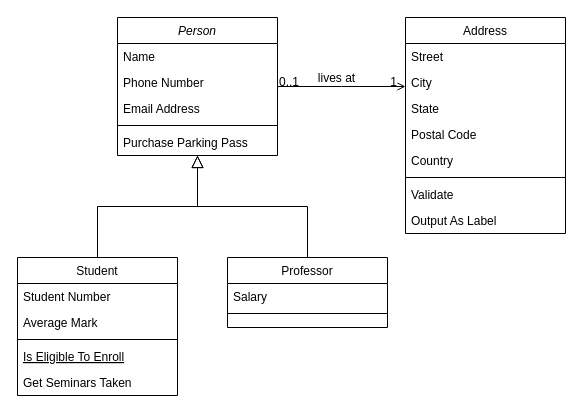
Above: src/main/Untitled Diagram.drawio in johnreyes96/design-patterns (draw.io), before the change. Source tidied: cells renumbered, new cells numbered last; positions are measured from the earlier drawing's top-left corner, leaving out a move shared by most shapes. Both pictures are drawn from the tidied source at 100%, with x=0, y=0 at pixel (17, 17).
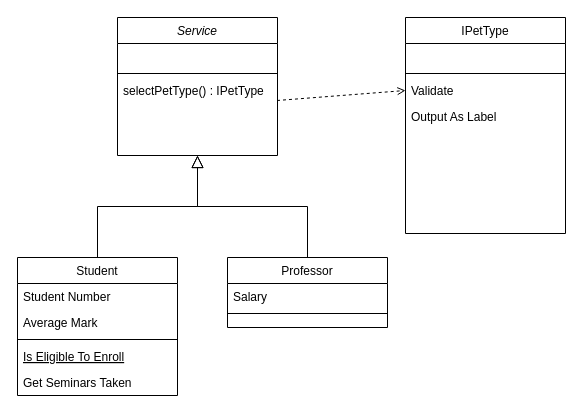
The same diagram, later.

The edit, as a diff of the source:
```diff
@@
-    <mxCell id="2" value="Person" style="swimlane;fontStyle=2;align=center;verticalAlign=top;horizontal=1;startSize=26;rounded=0;shadow=0;strokeWidth=1;" parent="1" vertex="1">
+    <mxCell id="2" value="Service" style="swimlane;fontStyle=2;align=center;verticalAlign=top;horizontal=1;startSize=26;rounded=0;shadow=0;strokeWidth=1;" parent="1" vertex="1">
       <mxGeometry x="100" width="160" height="138" as="geometry" />
     </mxCell>
-    <mxCell id="3" value="Name" style="text;align=left;verticalAlign=top;spacingLeft=4;spacingRight=4;overflow=hidden;" parent="2" vertex="1">
-      <mxGeometry y="26" width="160" height="26" as="geometry" />
-    </mxCell>
-    <mxCell id="4" value="Phone Number" style="text;align=left;verticalAlign=top;spacingLeft=4;spacingRight=4;overflow=hidden;rounded=0;shadow=0;html=0;" parent="2" vertex="1">
-      <mxGeometry y="52" width="160" height="26" as="geometry" />
-    </mxCell>
-    <mxCell id="5" value="Email Address" style="text;align=left;verticalAlign=top;spacingLeft=4;spacingRight=4;overflow=hidden;rounded=0;shadow=0;html=0;" parent="2" vertex="1">
-      <mxGeometry y="78" width="160" height="26" as="geometry" />
+    <mxCell id="5" value=" " style="text;align=left;verticalAlign=top;spacingLeft=4;spacingRight=4;overflow=hidden;rounded=0;shadow=0;html=0;" parent="2" vertex="1">
+      <mxGeometry y="26" width="160" height="26" as="geometry" />
     </mxCell>
     <mxCell id="6" style="line;html=1;strokeWidth=1;align=left;verticalAlign=middle;spacingTop=-1;spacingLeft=3;spacingRight=3;labelPosition=right;" parent="2" vertex="1">
-      <mxGeometry y="104" width="160" height="8" as="geometry" />
+      <mxGeometry y="52" width="160" height="8" as="geometry" />
     </mxCell>
-    <mxCell id="7" value="Purchase Parking Pass" style="text;align=left;verticalAlign=top;spacingLeft=4;spacingRight=4;overflow=hidden;points=[[0,0.5],[1,0.5]];portConstraint=eastwest;" parent="2" vertex="1">
-      <mxGeometry y="112" width="160" height="26" as="geometry" />
+    <mxCell id="7" value="selectPetType() : IPetType" style="text;align=left;verticalAlign=top;spacingLeft=4;spacingRight=4;overflow=hidden;points=[[0,0.5],[1,0.5]];portConstraint=eastwest;" parent="2" vertex="1">
+      <mxGeometry y="60" width="160" height="26" as="geometry" />
     </mxCell>
@@
-    <mxCell id="19" value="Address" style="swimlane;fontStyle=0;align=center;verticalAlign=top;horizontal=1;startSize=26;rounded=0;shadow=0;strokeWidth=1;" parent="1" vertex="1">
+    <mxCell id="19" value="IPetType" style="swimlane;fontStyle=0;align=center;verticalAlign=top;horizontal=1;startSize=26;rounded=0;shadow=0;strokeWidth=1;" parent="1" vertex="1">
       <mxGeometry x="388" width="160" height="216" as="geometry" />
     </mxCell>
-    <mxCell id="20" value="Street" style="text;align=left;verticalAlign=top;spacingLeft=4;spacingRight=4;overflow=hidden;" parent="19" vertex="1">
-      <mxGeometry y="26" width="160" height="26" as="geometry" />
-    </mxCell>
-    <mxCell id="21" value="City" style="text;align=left;verticalAlign=top;spacingLeft=4;spacingRight=4;overflow=hidden;rounded=0;shadow=0;html=0;" parent="19" vertex="1">
-      <mxGeometry y="52" width="160" height="26" as="geometry" />
-    </mxCell>
-    <mxCell id="22" value="State" style="text;align=left;verticalAlign=top;spacingLeft=4;spacingRight=4;overflow=hidden;rounded=0;shadow=0;html=0;" parent="19" vertex="1">
-      <mxGeometry y="78" width="160" height="26" as="geometry" />
-    </mxCell>
-    <mxCell id="23" value="Postal Code" style="text;align=left;verticalAlign=top;spacingLeft=4;spacingRight=4;overflow=hidden;rounded=0;shadow=0;html=0;" parent="19" vertex="1">
-      <mxGeometry y="104" width="160" height="26" as="geometry" />
-    </mxCell>
-    <mxCell id="24" value="Country" style="text;align=left;verticalAlign=top;spacingLeft=4;spacingRight=4;overflow=hidden;rounded=0;shadow=0;html=0;" parent="19" vertex="1">
-      <mxGeometry y="130" width="160" height="26" as="geometry" />
+    <mxCell id="24" value=" " style="text;align=left;verticalAlign=top;spacingLeft=4;spacingRight=4;overflow=hidden;rounded=0;shadow=0;html=0;" parent="19" vertex="1">
+      <mxGeometry y="26" width="160" height="26" as="geometry" />
     </mxCell>
     <mxCell id="25" style="line;html=1;strokeWidth=1;align=left;verticalAlign=middle;spacingTop=-1;spacingLeft=3;spacingRight=3;labelPosition=right;" parent="19" vertex="1">
-      <mxGeometry y="156" width="160" height="8" as="geometry" />
+      <mxGeometry y="52" width="160" height="8" as="geometry" />
     </mxCell>
     <mxCell id="26" value="Validate" style="text;align=left;verticalAlign=top;spacingLeft=4;spacingRight=4;overflow=hidden;points=[[0,0.5],[1,0.5]];portConstraint=eastwest;" parent="19" vertex="1">
-      <mxGeometry y="164" width="160" height="26" as="geometry" />
+      <mxGeometry y="60" width="160" height="26" as="geometry" />
     </mxCell>
     <mxCell id="27" value="Output As Label" style="text;align=left;verticalAlign=top;spacingLeft=4;spacingRight=4;overflow=hidden;" parent="19" vertex="1">
-      <mxGeometry y="190" width="160" height="26" as="geometry" />
+      <mxGeometry y="86" width="160" height="26" as="geometry" />
     </mxCell>
-    <mxCell id="28" style="endArrow=open;shadow=0;strokeWidth=1;rounded=0;endFill=1;edgeStyle=elbowEdgeStyle;elbow=vertical;" parent="1" edge="1" source="2" target="19">
-      <mxGeometry x="0.5" y="41" relative="1" as="geometry">
-        <mxPoint x="-40" y="32" as="offset" />
-      </mxGeometry>
-    </mxCell>
-    <mxCell id="29" value="0..1" style="align=left;verticalAlign=bottom;labelBackgroundColor=none;fontSize=12;" parent="28" vertex="1">
-      <mxGeometry x="-1" relative="1" as="geometry">
-        <mxPoint y="4" as="offset" />
-      </mxGeometry>
-    </mxCell>
-    <mxCell id="30" value="1" style="align=right;verticalAlign=bottom;labelBackgroundColor=none;fontSize=12;" parent="28" vertex="1">
-      <mxGeometry x="1" relative="1" as="geometry">
-        <mxPoint x="-7" y="4" as="offset" />
-      </mxGeometry>
-    </mxCell>
-    <mxCell id="31" value="lives at" style="text;html=1;align=center;verticalAlign=middle;labelBackgroundColor=none;rounded=0;shadow=0;strokeWidth=1;fontSize=12;" parent="28" vertex="1">
-      <mxGeometry x="0.5" y="49" relative="1" as="geometry">
-        <mxPoint x="-38" y="40" as="offset" />
-      </mxGeometry>
-    </mxCell>
+    <mxCell id="32" style="endArrow=open;dashed=1;html=1;rounded=0;entryX=0;entryY=0.5;entryDx=0;entryDy=0;exitX=0.997;exitY=0.885;exitDx=0;exitDy=0;exitPerimeter=0;" parent="1" edge="1" source="7" target="26">
+      <mxGeometry relative="1" as="geometry" />
+    </mxCell>
```
